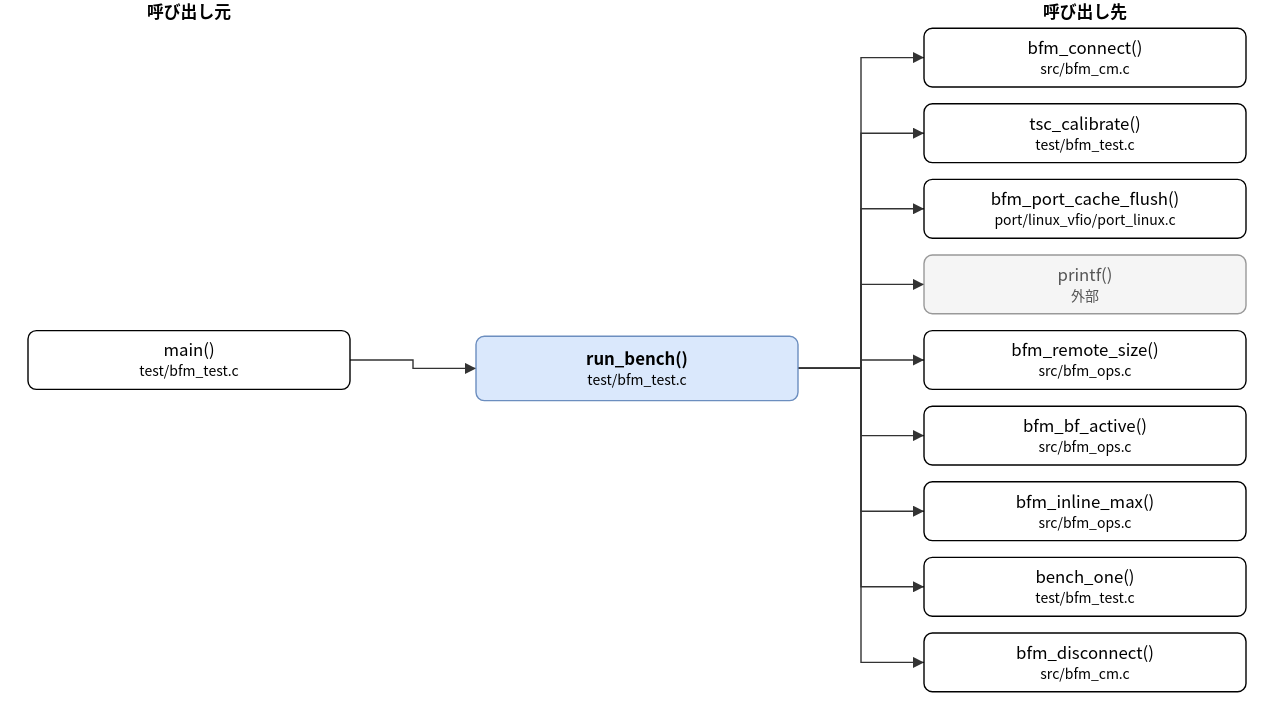
The draw.io diagram doc/spec/images/call_test_bfm_test__run_bench.drawio.svg in hf355051012-ai/bfmem, before a commit. Source tidied: cells renumbered, new cells last; positions are measured from the earlier drawing's top-left corner, leaving out a move shared by most shapes.
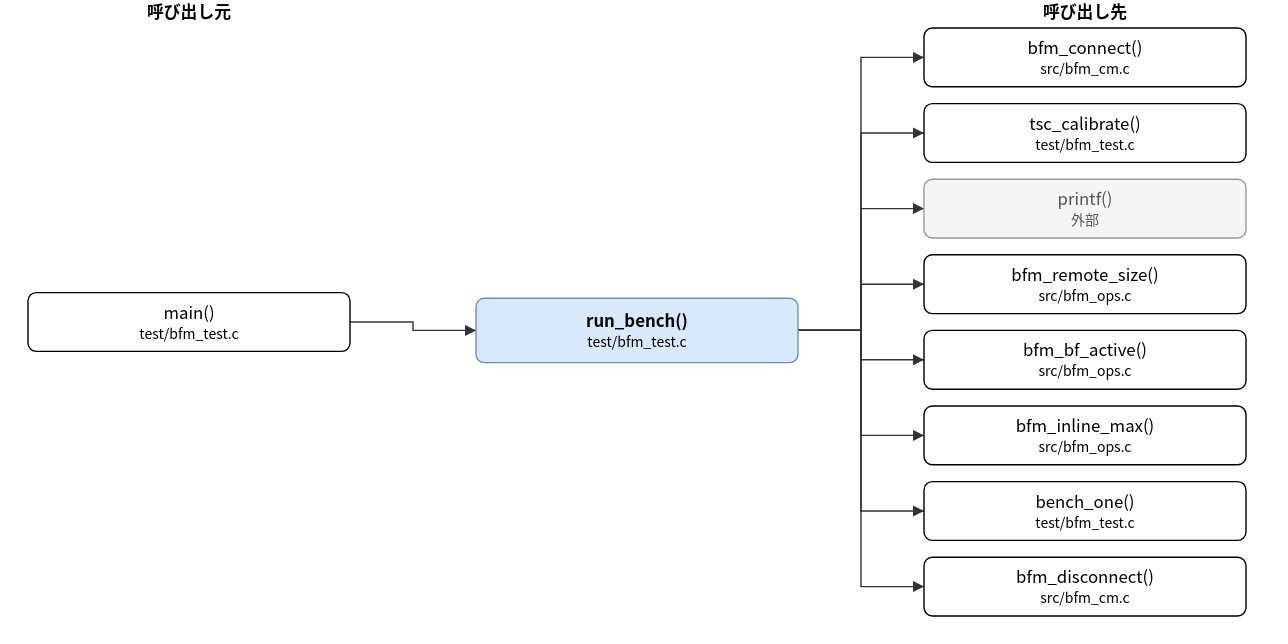
The same file after the commit.

The edit, as a diff of the source:
```diff
@@ -3,10 +3,10 @@
     <mxCell id="0" />
     <mxCell id="1" parent="0" />
     <mxCell id="2" value="run_bench()&lt;br&gt;&lt;font style=&quot;font-size:10px&quot;&gt;test/bfm_test.c&lt;/font&gt;" style="rounded=1;whiteSpace=wrap;html=1;fillColor=#dae8fc;strokeColor=#6c8ebf;fontStyle=1;" parent="1" vertex="1">
-      <mxGeometry x="320" y="240" width="230" height="46" as="geometry" />
+      <mxGeometry x="320" y="213" width="230" height="46" as="geometry" />
     </mxCell>
     <mxCell id="3" value="main()&lt;br&gt;&lt;font style=&quot;font-size:10px&quot;&gt;test/bfm_test.c&lt;/font&gt;" style="rounded=1;whiteSpace=wrap;html=1;" parent="1" vertex="1">
-      <mxGeometry y="236" width="230" height="42" as="geometry" />
+      <mxGeometry y="209" width="230" height="42" as="geometry" />
     </mxCell>
     <mxCell id="4" value="bfm_connect()&lt;br&gt;&lt;font style=&quot;font-size:10px&quot;&gt;src/bfm_cm.c&lt;/font&gt;" style="rounded=1;whiteSpace=wrap;html=1;" parent="1" vertex="1">
       <mxGeometry x="640" y="20" width="230" height="42" as="geometry" />
@@ -14,39 +14,36 @@
     <mxCell id="5" value="tsc_calibrate()&lt;br&gt;&lt;font style=&quot;font-size:10px&quot;&gt;test/bfm_test.c&lt;/font&gt;" style="rounded=1;whiteSpace=wrap;html=1;" parent="1" vertex="1">
       <mxGeometry x="640" y="74" width="230" height="42" as="geometry" />
     </mxCell>
-    <mxCell id="6" value="bfm_port_cache_flush()&lt;br&gt;&lt;font style=&quot;font-size:10px&quot;&gt;port/linux_vfio/port_linux.c&lt;/font&gt;" style="rounded=1;whiteSpace=wrap;html=1;" parent="1" vertex="1">
+    <mxCell id="6" value="printf()&lt;br&gt;&lt;font style=&quot;font-size:10px&quot;&gt;外部&lt;/font&gt;" style="rounded=1;whiteSpace=wrap;html=1;fillColor=#f5f5f5;strokeColor=#999999;fontColor=#555555;" parent="1" vertex="1">
       <mxGeometry x="640" y="128" width="230" height="42" as="geometry" />
     </mxCell>
-    <mxCell id="7" value="printf()&lt;br&gt;&lt;font style=&quot;font-size:10px&quot;&gt;外部&lt;/font&gt;" style="rounded=1;whiteSpace=wrap;html=1;fillColor=#f5f5f5;strokeColor=#999999;fontColor=#555555;" parent="1" vertex="1">
+    <mxCell id="7" value="bfm_remote_size()&lt;br&gt;&lt;font style=&quot;font-size:10px&quot;&gt;src/bfm_ops.c&lt;/font&gt;" style="rounded=1;whiteSpace=wrap;html=1;" parent="1" vertex="1">
       <mxGeometry x="640" y="182" width="230" height="42" as="geometry" />
     </mxCell>
-    <mxCell id="8" value="bfm_remote_size()&lt;br&gt;&lt;font style=&quot;font-size:10px&quot;&gt;src/bfm_ops.c&lt;/font&gt;" style="rounded=1;whiteSpace=wrap;html=1;" parent="1" vertex="1">
+    <mxCell id="8" value="bfm_bf_active()&lt;br&gt;&lt;font style=&quot;font-size:10px&quot;&gt;src/bfm_ops.c&lt;/font&gt;" style="rounded=1;whiteSpace=wrap;html=1;" parent="1" vertex="1">
       <mxGeometry x="640" y="236" width="230" height="42" as="geometry" />
     </mxCell>
-    <mxCell id="9" value="bfm_bf_active()&lt;br&gt;&lt;font style=&quot;font-size:10px&quot;&gt;src/bfm_ops.c&lt;/font&gt;" style="rounded=1;whiteSpace=wrap;html=1;" parent="1" vertex="1">
+    <mxCell id="9" value="bfm_inline_max()&lt;br&gt;&lt;font style=&quot;font-size:10px&quot;&gt;src/bfm_ops.c&lt;/font&gt;" style="rounded=1;whiteSpace=wrap;html=1;" parent="1" vertex="1">
       <mxGeometry x="640" y="290" width="230" height="42" as="geometry" />
     </mxCell>
-    <mxCell id="10" value="bfm_inline_max()&lt;br&gt;&lt;font style=&quot;font-size:10px&quot;&gt;src/bfm_ops.c&lt;/font&gt;" style="rounded=1;whiteSpace=wrap;html=1;" parent="1" vertex="1">
+    <mxCell id="10" value="bench_one()&lt;br&gt;&lt;font style=&quot;font-size:10px&quot;&gt;test/bfm_test.c&lt;/font&gt;" style="rounded=1;whiteSpace=wrap;html=1;" parent="1" vertex="1">
       <mxGeometry x="640" y="344" width="230" height="42" as="geometry" />
     </mxCell>
-    <mxCell id="11" value="bench_one()&lt;br&gt;&lt;font style=&quot;font-size:10px&quot;&gt;test/bfm_test.c&lt;/font&gt;" style="rounded=1;whiteSpace=wrap;html=1;" parent="1" vertex="1">
+    <mxCell id="11" value="bfm_disconnect()&lt;br&gt;&lt;font style=&quot;font-size:10px&quot;&gt;src/bfm_cm.c&lt;/font&gt;" style="rounded=1;whiteSpace=wrap;html=1;" parent="1" vertex="1">
       <mxGeometry x="640" y="398" width="230" height="42" as="geometry" />
     </mxCell>
-    <mxCell id="12" value="bfm_disconnect()&lt;br&gt;&lt;font style=&quot;font-size:10px&quot;&gt;src/bfm_cm.c&lt;/font&gt;" style="rounded=1;whiteSpace=wrap;html=1;" parent="1" vertex="1">
-      <mxGeometry x="640" y="452" width="230" height="42" as="geometry" />
-    </mxCell>
     <mxCell id="13" style="edgeStyle=none;html=1;rounded=0;endArrow=block;endFill=1;exitX=1.0000;exitY=0.5000;exitDx=0;exitDy=0;exitPerimeter=0;entryX=0.0000;entryY=0.5000;entryDx=0;entryDy=0;entryPerimeter=0;" parent="1" edge="1" source="3" target="2">
       <mxGeometry relative="1" as="geometry">
         <Array as="points">
-          <mxPoint x="275" y="257" />
-          <mxPoint x="275" y="263" />
+          <mxPoint x="275" y="230" />
+          <mxPoint x="275" y="236" />
         </Array>
       </mxGeometry>
     </mxCell>
     <mxCell id="14" style="edgeStyle=none;html=1;rounded=0;endArrow=block;endFill=1;exitX=1.0000;exitY=0.5000;exitDx=0;exitDy=0;exitPerimeter=0;entryX=0.0000;entryY=0.5000;entryDx=0;entryDy=0;entryPerimeter=0;" parent="1" edge="1" source="2" target="4">
       <mxGeometry relative="1" as="geometry">
         <Array as="points">
-          <mxPoint x="595" y="263" />
+          <mxPoint x="595" y="236" />
           <mxPoint x="595" y="41" />
         </Array>
       </mxGeometry>
@@ -54,7 +51,7 @@
     <mxCell id="15" style="edgeStyle=none;html=1;rounded=0;endArrow=block;endFill=1;exitX=1.0000;exitY=0.5000;exitDx=0;exitDy=0;exitPerimeter=0;entryX=0.0000;entryY=0.5000;entryDx=0;entryDy=0;entryPerimeter=0;" parent="1" edge="1" source="2" target="5">
       <mxGeometry relative="1" as="geometry">
         <Array as="points">
-          <mxPoint x="595" y="263" />
+          <mxPoint x="595" y="236" />
           <mxPoint x="595" y="95" />
         </Array>
       </mxGeometry>
@@ -62,7 +59,7 @@
     <mxCell id="16" style="edgeStyle=none;html=1;rounded=0;endArrow=block;endFill=1;exitX=1.0000;exitY=0.5000;exitDx=0;exitDy=0;exitPerimeter=0;entryX=0.0000;entryY=0.5000;entryDx=0;entryDy=0;entryPerimeter=0;" parent="1" edge="1" source="2" target="6">
       <mxGeometry relative="1" as="geometry">
         <Array as="points">
-          <mxPoint x="595" y="263" />
+          <mxPoint x="595" y="236" />
           <mxPoint x="595" y="149" />
         </Array>
       </mxGeometry>
@@ -70,7 +67,7 @@
     <mxCell id="17" style="edgeStyle=none;html=1;rounded=0;endArrow=block;endFill=1;exitX=1.0000;exitY=0.5000;exitDx=0;exitDy=0;exitPerimeter=0;entryX=0.0000;entryY=0.5000;entryDx=0;entryDy=0;entryPerimeter=0;" parent="1" edge="1" source="2" target="7">
       <mxGeometry relative="1" as="geometry">
         <Array as="points">
-          <mxPoint x="595" y="263" />
+          <mxPoint x="595" y="236" />
           <mxPoint x="595" y="203" />
         </Array>
       </mxGeometry>
@@ -78,7 +75,7 @@
     <mxCell id="18" style="edgeStyle=none;html=1;rounded=0;endArrow=block;endFill=1;exitX=1.0000;exitY=0.5000;exitDx=0;exitDy=0;exitPerimeter=0;entryX=0.0000;entryY=0.5000;entryDx=0;entryDy=0;entryPerimeter=0;" parent="1" edge="1" source="2" target="8">
       <mxGeometry relative="1" as="geometry">
         <Array as="points">
-          <mxPoint x="595" y="263" />
+          <mxPoint x="595" y="236" />
           <mxPoint x="595" y="257" />
         </Array>
       </mxGeometry>
@@ -86,7 +83,7 @@
     <mxCell id="19" style="edgeStyle=none;html=1;rounded=0;endArrow=block;endFill=1;exitX=1.0000;exitY=0.5000;exitDx=0;exitDy=0;exitPerimeter=0;entryX=0.0000;entryY=0.5000;entryDx=0;entryDy=0;entryPerimeter=0;" parent="1" edge="1" source="2" target="9">
       <mxGeometry relative="1" as="geometry">
         <Array as="points">
-          <mxPoint x="595" y="263" />
+          <mxPoint x="595" y="236" />
           <mxPoint x="595" y="311" />
         </Array>
       </mxGeometry>
@@ -94,7 +91,7 @@
     <mxCell id="20" style="edgeStyle=none;html=1;rounded=0;endArrow=block;endFill=1;exitX=1.0000;exitY=0.5000;exitDx=0;exitDy=0;exitPerimeter=0;entryX=0.0000;entryY=0.5000;entryDx=0;entryDy=0;entryPerimeter=0;" parent="1" edge="1" source="2" target="10">
       <mxGeometry relative="1" as="geometry">
         <Array as="points">
-          <mxPoint x="595" y="263" />
+          <mxPoint x="595" y="236" />
           <mxPoint x="595" y="365" />
         </Array>
       </mxGeometry>
@@ -102,19 +99,11 @@
     <mxCell id="21" style="edgeStyle=none;html=1;rounded=0;endArrow=block;endFill=1;exitX=1.0000;exitY=0.5000;exitDx=0;exitDy=0;exitPerimeter=0;entryX=0.0000;entryY=0.5000;entryDx=0;entryDy=0;entryPerimeter=0;" parent="1" edge="1" source="2" target="11">
       <mxGeometry relative="1" as="geometry">
         <Array as="points">
-          <mxPoint x="595" y="263" />
+          <mxPoint x="595" y="236" />
           <mxPoint x="595" y="419" />
         </Array>
       </mxGeometry>
     </mxCell>
-    <mxCell id="22" style="edgeStyle=none;html=1;rounded=0;endArrow=block;endFill=1;exitX=1.0000;exitY=0.5000;exitDx=0;exitDy=0;exitPerimeter=0;entryX=0.0000;entryY=0.5000;entryDx=0;entryDy=0;entryPerimeter=0;" parent="1" edge="1" source="2" target="12">
-      <mxGeometry relative="1" as="geometry">
-        <Array as="points">
-          <mxPoint x="595" y="263" />
-          <mxPoint x="595" y="473" />
-        </Array>
-      </mxGeometry>
-    </mxCell>
     <mxCell id="23" value="呼び出し元" style="text;html=1;align=center;fontStyle=1;" parent="1" vertex="1">
       <mxGeometry x="35" width="160" height="18" as="geometry" />
     </mxCell>
```
